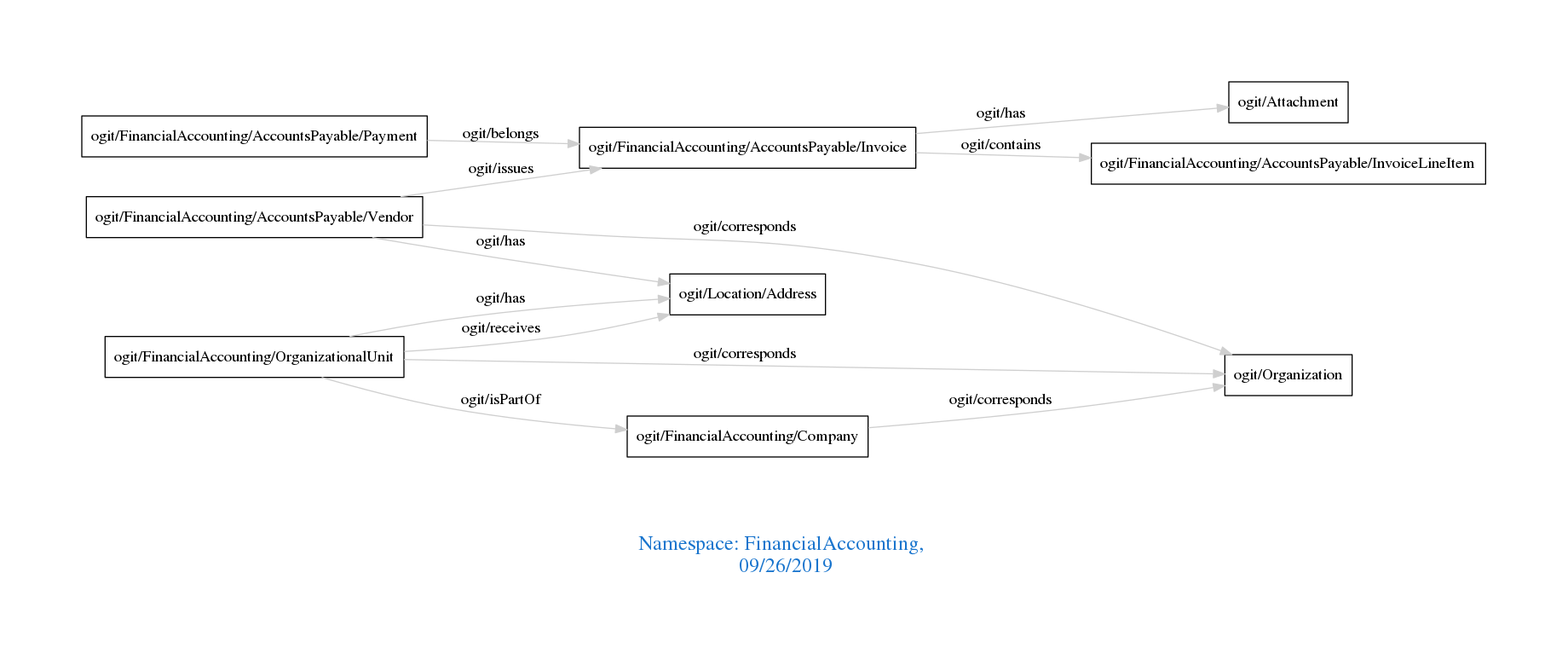
The Graphviz diagram downloads/FinancialAccounting.png in arago/OGIT, before a commit. Its source is kept beside it as downloads/FinancialAccounting.dot.
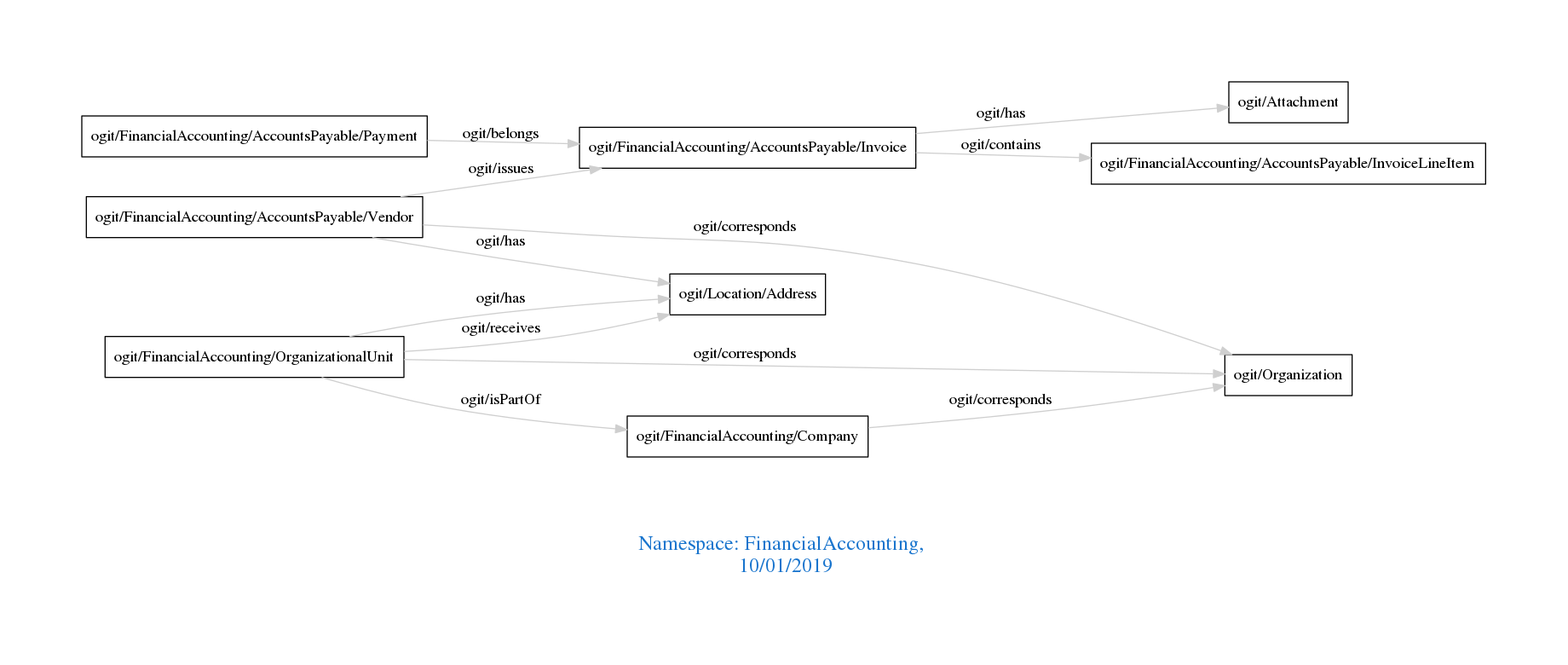
The same file after the commit.

The edit, as a diff of the source:
```diff
@@ -1,7 +1,7 @@
 digraph OGIT_ontology {
  graph [ rankdir= LR,pad=1
 fontsize = 18,
-fontcolor= dodgerblue3,label = "\n\n\nNamespace: FinancialAccounting, \n 09/26/2019"];
+fontcolor= dodgerblue3,label = "\n\n\nNamespace: FinancialAccounting, \n 10/01/2019"];
 node[shape=polygon];
 edge [  color="gray81"];
 
```
